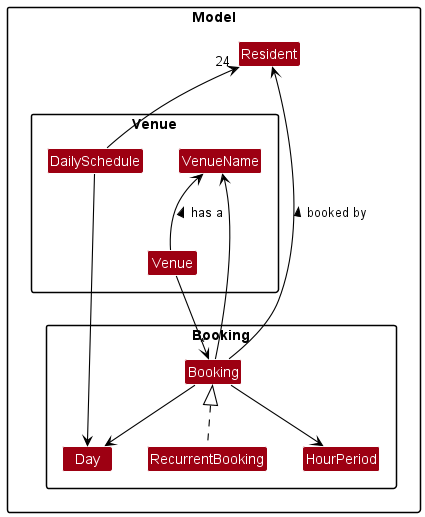
Above: docs/images/VenueBookingClassDiagram.png in nus-cs2103-AY2223S1/tp (PlantUML), before the change.
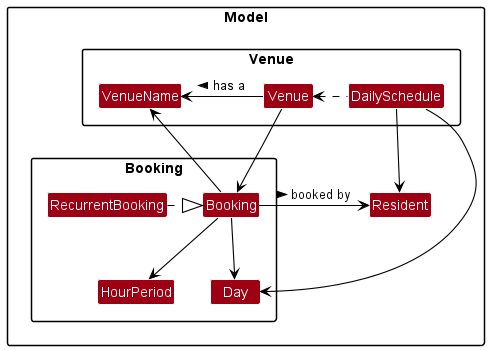
Later version of the same file.

The edit, as a diff of the source:
```diff
@@ -21,16 +21,17 @@
 class Resident
 }
 
-Venue --> "*" Booking
-Venue -up-> VenueName : has a >
+Venue -> Booking
+Venue -left-> VenueName : has a >
 
-DailySchedule -up-> "24" Resident
+DailySchedule -> Resident
 DailySchedule --> Day
+DailySchedule .left.> Venue
 
 Booking -up-> VenueName
 Booking -down-> HourPeriod
 Booking -down-> Day
-Booking -up-> Resident : booked by >
-RecurrentBooking .up.|> Booking
+Booking -> Resident : booked by >
+RecurrentBooking .right.|> Booking
 
 @enduml
```
